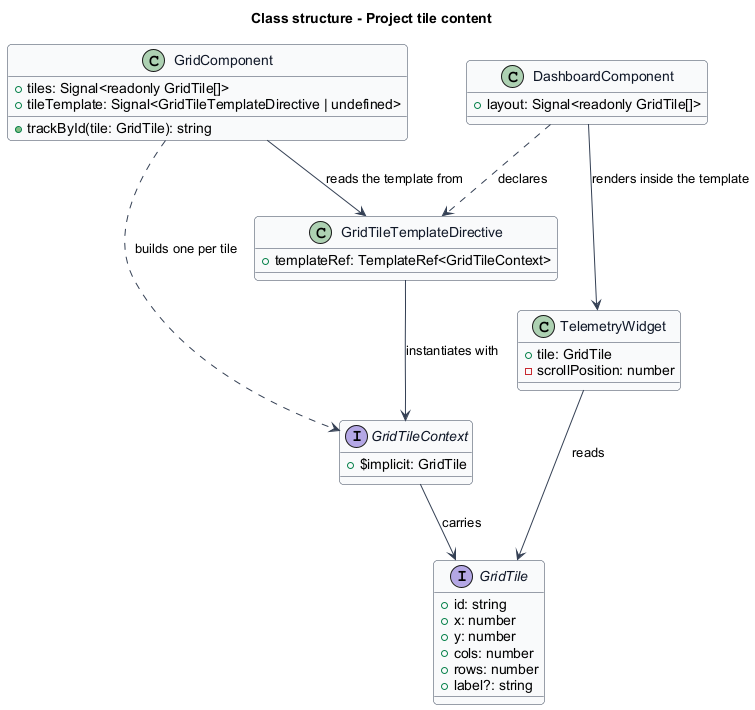
Earlier version of the PlantUML export docs/detailed-designs/library-delivery/project-tile-content/diagrams/class-structure.png (QuinntyneBrown/qbc-grid). Its diagram source:
```plantuml
@startuml
skinparam backgroundColor #FFFFFF
skinparam shadowing false
skinparam roundcorner 8
skinparam defaultFontName Arial
skinparam ArrowColor #344054
skinparam class {
  BorderColor #344054
  FontColor #101828
  BackgroundColor #F9FAFB
}
title Class structure - Project tile content

interface GridTile {
  +id: string
  +x: number
  +y: number
  +cols: number
  +rows: number
  +label?: string
}

interface GridTileContext {
  +$implicit: GridTile
}

class GridTileTemplateDirective {
  +templateRef: TemplateRef<GridTileContext>
}

class GridComponent {
  +tiles: Signal<readonly GridTile[]>
  +tileTemplate: Signal<GridTileTemplateDirective | undefined>
  +trackById(tile: GridTile): string
}

class DashboardComponent {
  +layout: Signal<readonly GridTile[]>
}

class TelemetryWidget {
  +tile: GridTile
  -scrollPosition: number
}

GridComponent --> GridTileTemplateDirective : reads the template from
GridComponent ..> GridTileContext : builds one per tile
GridTileTemplateDirective --> GridTileContext : instantiates with
GridTileContext --> GridTile : carries
DashboardComponent ..> GridTileTemplateDirective : declares
DashboardComponent --> TelemetryWidget : renders inside the template
TelemetryWidget --> GridTile : reads
@enduml
```
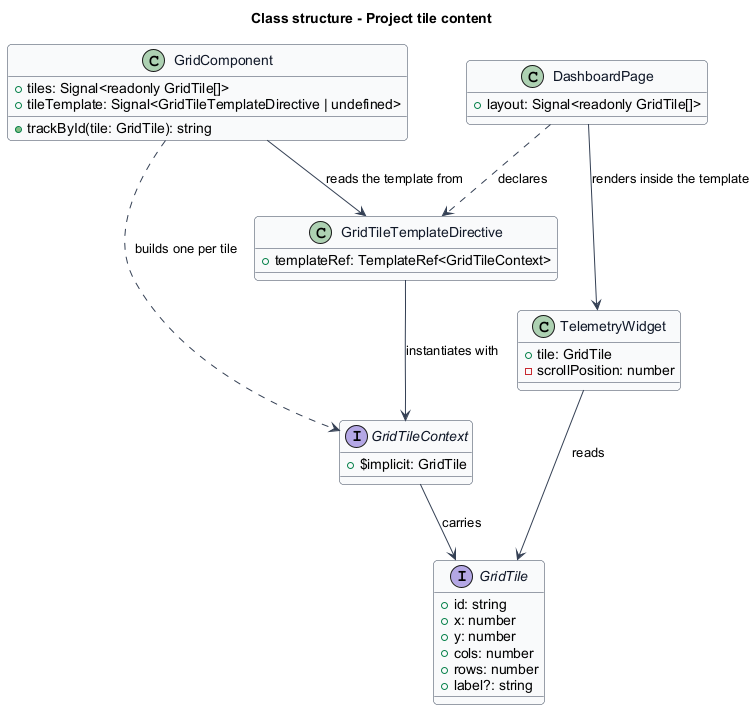
The same diagram one commit later.

Change to the diagram source:
```diff
@@ -34,7 +34,7 @@
   +trackById(tile: GridTile): string
 }
 
-class DashboardComponent {
+class DashboardPage {
   +layout: Signal<readonly GridTile[]>
 }
 
@@ -47,7 +47,7 @@
 GridComponent ..> GridTileContext : builds one per tile
 GridTileTemplateDirective --> GridTileContext : instantiates with
 GridTileContext --> GridTile : carries
-DashboardComponent ..> GridTileTemplateDirective : declares
-DashboardComponent --> TelemetryWidget : renders inside the template
+DashboardPage ..> GridTileTemplateDirective : declares
+DashboardPage --> TelemetryWidget : renders inside the template
 TelemetryWidget --> GridTile : reads
 @enduml
```
